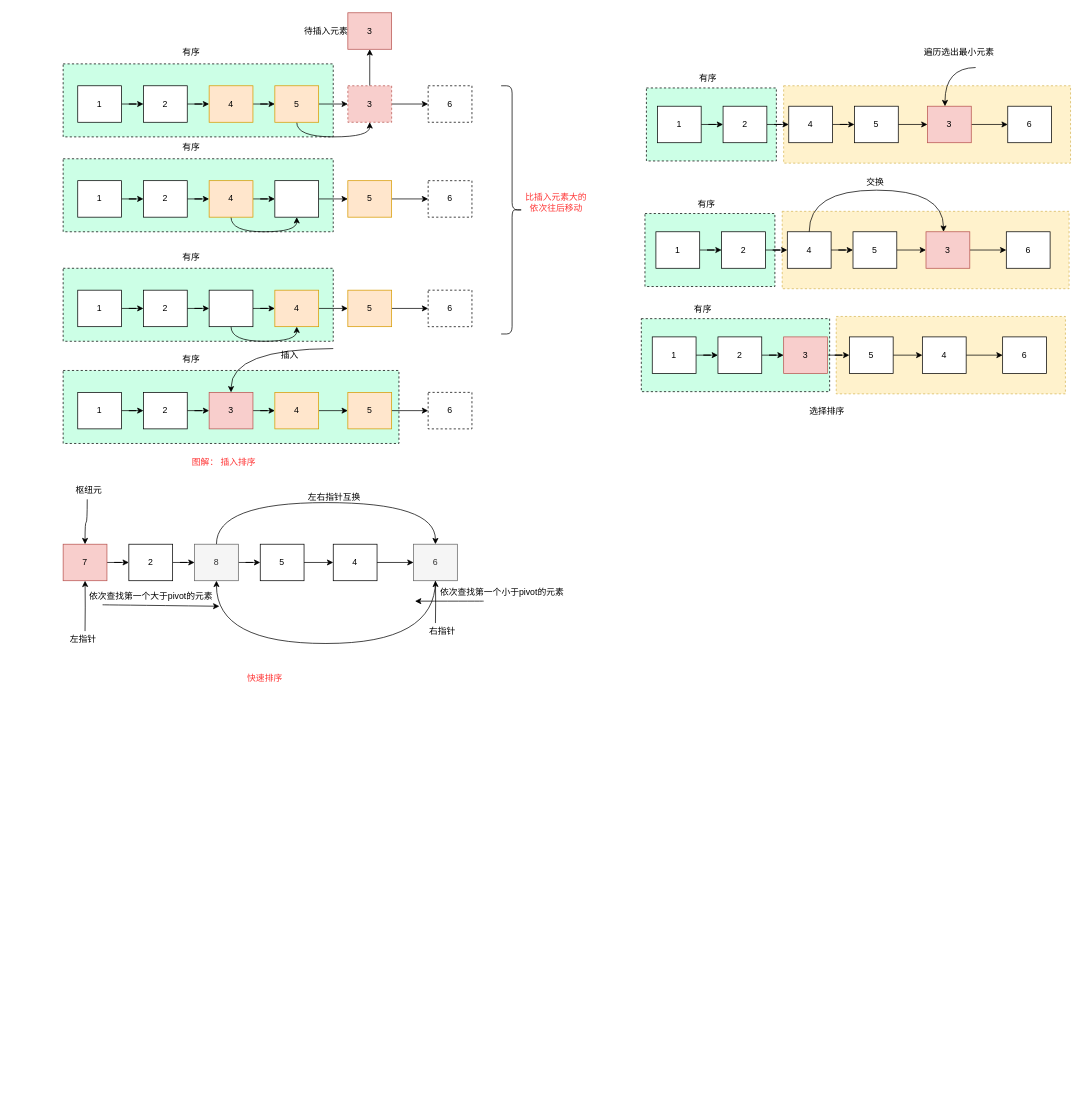
luckywind/TechWorld keeps this draw.io diagram as page "插入排序" (1 of 3) of docs/algorithm/算法.drawio. Above is the earlier version. Source tidied: cells renumbered, new cells numbered last; positions are measured from the earlier drawing's top-left corner, leaving out a move shared by most shapes. Both pictures are drawn from the tidied source at 73%, with x=0, y=0 at pixel (63, 12).
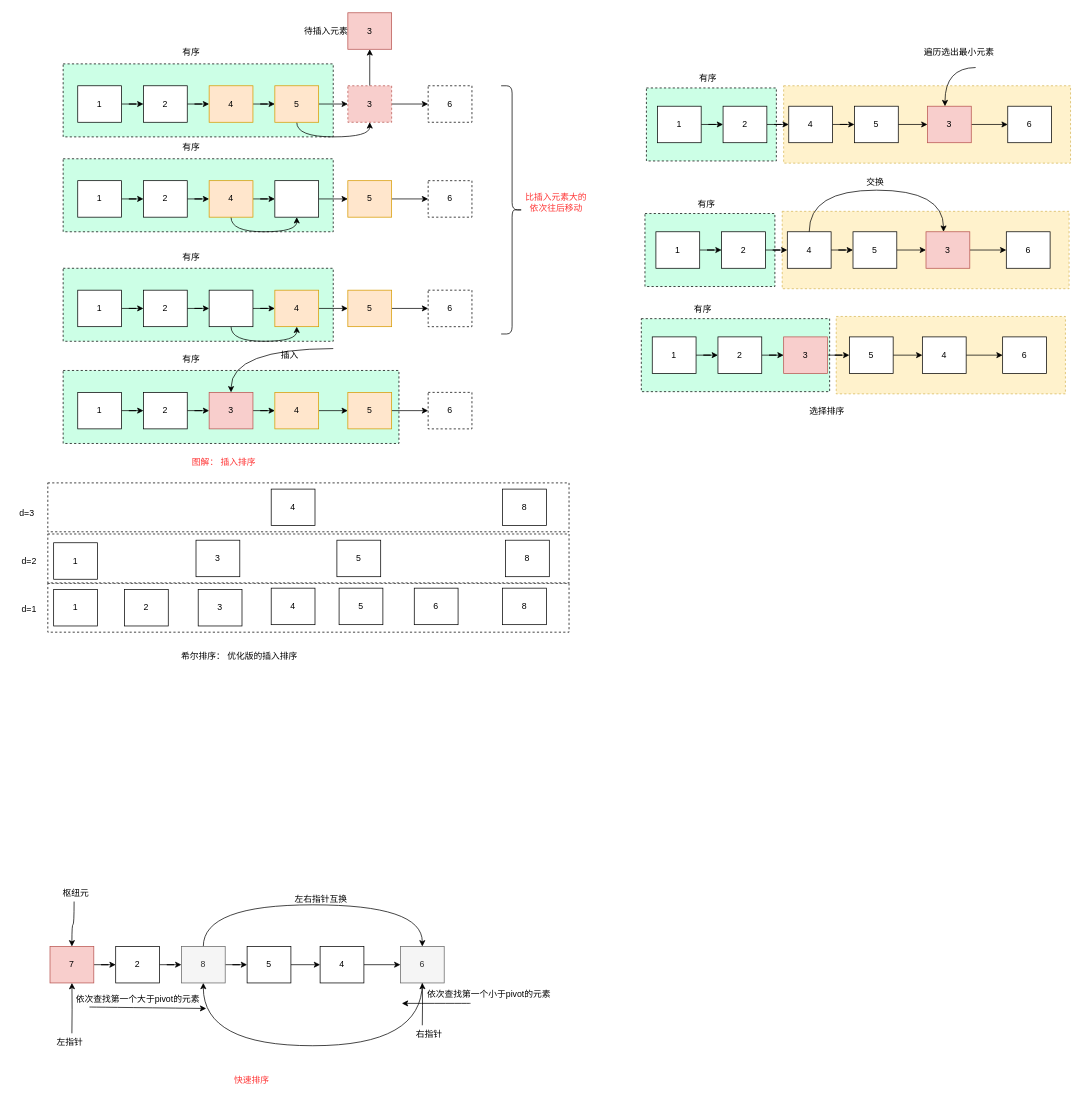
The same diagram, later.

Change to the diagram source:
```diff
@@
+    <mxCell id="137" style="rounded=0;whiteSpace=wrap;html=1;fillColor=#FFFFFF;dashed=1;" parent="1" vertex="1">
+      <mxGeometry x="-21" y="781.5" width="714" height="67" as="geometry" />
+    </mxCell>
+    <mxCell id="138" style="rounded=0;whiteSpace=wrap;html=1;fillColor=#FFFFFF;dashed=1;" parent="1" vertex="1">
+      <mxGeometry x="-21" y="714" width="714" height="67" as="geometry" />
+    </mxCell>
+    <mxCell id="139" style="rounded=0;whiteSpace=wrap;html=1;fillColor=#FFFFFF;dashed=1;" parent="1" vertex="1">
+      <mxGeometry x="-21" y="644" width="714" height="67" as="geometry" />
+    </mxCell>
@@
     <mxCell id="113" value="7" style="rounded=0;whiteSpace=wrap;html=1;fillColor=#f8cecc;strokeColor=#b85450;" parent="1" vertex="1">
-      <mxGeometry y="728" width="60" height="50" as="geometry" />
+      <mxGeometry x="-18" y="1279" width="60" height="50" as="geometry" />
     </mxCell>
@@
     <mxCell id="116" style="edgeStyle=orthogonalEdgeStyle;curved=1;rounded=0;jettySize=auto;html=1;entryX=0.5;entryY=1;entryDx=0;entryDy=0;fontColor=#000000;" parent="1" edge="1" target="113">
       <mxGeometry relative="1" as="geometry">
-        <mxPoint x="30" y="847" as="sourcePoint" />
+        <mxPoint x="12" y="1398" as="sourcePoint" />
       </mxGeometry>
     </mxCell>
     <mxCell id="117" value="2" style="rounded=0;whiteSpace=wrap;html=1;" parent="1" vertex="1">
-      <mxGeometry x="90" y="728" width="60" height="50" as="geometry" />
+      <mxGeometry x="72" y="1279" width="60" height="50" as="geometry" />
     </mxCell>
@@
     <mxCell id="119" style="edgeStyle=orthogonalEdgeStyle;curved=1;rounded=0;jettySize=auto;html=1;exitX=0.5;exitY=0;exitDx=0;exitDy=0;entryX=0.5;entryY=0;entryDx=0;entryDy=0;fontColor=#000000;" parent="1" edge="1" source="120" target="127">
       <mxGeometry relative="1" as="geometry">
         <Array as="points">
-          <mxPoint x="210" y="671" />
-          <mxPoint x="510" y="671" />
+          <mxPoint x="192" y="1222" />
+          <mxPoint x="492" y="1222" />
         </Array>
       </mxGeometry>
     </mxCell>
     <mxCell id="120" value="8" style="rounded=0;whiteSpace=wrap;html=1;fillColor=#f5f5f5;fontColor=#333333;strokeColor=#666666;" parent="1" vertex="1">
-      <mxGeometry x="180" y="728" width="60" height="50" as="geometry" />
+      <mxGeometry x="162" y="1279" width="60" height="50" as="geometry" />
     </mxCell>
@@
     <mxCell id="122" value="5" style="rounded=0;whiteSpace=wrap;html=1;" parent="1" vertex="1">
-      <mxGeometry x="270" y="728" width="60" height="50" as="geometry" />
+      <mxGeometry x="252" y="1279" width="60" height="50" as="geometry" />
     </mxCell>
@@
     <mxCell id="124" style="edgeStyle=orthogonalEdgeStyle;curved=1;rounded=0;jettySize=auto;html=1;entryX=0.5;entryY=1;entryDx=0;entryDy=0;fontColor=#000000;" parent="1" edge="1" target="127">
       <mxGeometry relative="1" as="geometry">
-        <mxPoint x="510" y="836" as="sourcePoint" />
+        <mxPoint x="492" y="1387" as="sourcePoint" />
       </mxGeometry>
     </mxCell>
     <mxCell id="125" value="4" style="rounded=0;whiteSpace=wrap;html=1;" parent="1" vertex="1">
-      <mxGeometry x="370" y="728" width="60" height="50" as="geometry" />
+      <mxGeometry x="352" y="1279" width="60" height="50" as="geometry" />
     </mxCell>
     <mxCell id="126" style="edgeStyle=orthogonalEdgeStyle;curved=1;rounded=0;jettySize=auto;html=1;exitX=0.5;exitY=1;exitDx=0;exitDy=0;entryX=0.5;entryY=1;entryDx=0;entryDy=0;fontColor=#000000;" parent="1" edge="1" source="127" target="120">
       <mxGeometry relative="1" as="geometry">
         <Array as="points">
-          <mxPoint x="510" y="864" />
-          <mxPoint x="210" y="864" />
+          <mxPoint x="492" y="1415" />
+          <mxPoint x="192" y="1415" />
         </Array>
       </mxGeometry>
     </mxCell>
     <mxCell id="127" value="6" style="rounded=0;whiteSpace=wrap;html=1;fillColor=#f5f5f5;fontColor=#333333;strokeColor=#666666;" parent="1" vertex="1">
-      <mxGeometry x="480" y="728" width="60" height="50" as="geometry" />
+      <mxGeometry x="462" y="1279" width="60" height="50" as="geometry" />
     </mxCell>
     <mxCell id="128" value="枢纽元" style="text;html=1;align=center;verticalAlign=middle;points=[];strokeColor=none;fillColor=none;fontColor=#000000;" parent="1" vertex="1">
-      <mxGeometry x="8" y="642" width="54" height="26" as="geometry" />
+      <mxGeometry x="-10" y="1193" width="54" height="26" as="geometry" />
     </mxCell>
     <mxCell id="129" value="左指针" style="text;html=1;align=center;verticalAlign=middle;strokeColor=none;fillColor=none;fontColor=#000000;" parent="1" vertex="1">
-      <mxGeometry y="846" width="54" height="26" as="geometry" />
+      <mxGeometry x="-18" y="1397" width="54" height="26" as="geometry" />
     </mxCell>
     <mxCell id="130" value="右指针" style="text;html=1;align=center;verticalAlign=middle;strokeColor=none;fillColor=none;fontColor=#000000;" parent="1" vertex="1">
-      <mxGeometry x="492" y="835" width="54" height="26" as="geometry" />
+      <mxGeometry x="474" y="1386" width="54" height="26" as="geometry" />
     </mxCell>
     <mxCell id="131" style="endArrow=classic;html=1;rounded=0;fontColor=#000000;curved=1;" parent="1" edge="1">
       <mxGeometry relative="1" as="geometry">
-        <mxPoint x="54" y="811" as="sourcePoint" />
-        <mxPoint x="214" y="813" as="targetPoint" />
+        <mxPoint x="36" y="1362" as="sourcePoint" />
+        <mxPoint x="196" y="1364" as="targetPoint" />
       </mxGeometry>
     </mxCell>
     <mxCell id="132" value="依次查找第一个大于pivot的元素" style="text;html=1;align=center;verticalAlign=middle;strokeColor=none;fillColor=none;fontColor=#000000;" parent="1" vertex="1">
-      <mxGeometry x="26.5" y="787" width="187" height="26" as="geometry" />
+      <mxGeometry x="8.5" y="1338" width="187" height="26" as="geometry" />
     </mxCell>
     <mxCell id="133" style="endArrow=classic;html=1;rounded=0;fontColor=#000000;curved=1;" parent="1" edge="1">
       <mxGeometry relative="1" as="geometry">
-        <mxPoint x="576" y="806" as="sourcePoint" />
-        <mxPoint x="482" y="806" as="targetPoint" />
+        <mxPoint x="558" y="1357" as="sourcePoint" />
+        <mxPoint x="464" y="1357" as="targetPoint" />
       </mxGeometry>
     </mxCell>
     <mxCell id="134" value="依次查找第一个小于pivot的元素" style="text;html=1;align=center;verticalAlign=middle;strokeColor=none;fillColor=none;fontColor=#000000;" parent="1" vertex="1">
-      <mxGeometry x="507" y="781" width="187" height="26" as="geometry" />
+      <mxGeometry x="489" y="1332" width="187" height="26" as="geometry" />
     </mxCell>
     <mxCell id="135" value="左右指针互换" style="text;html=1;align=center;verticalAlign=middle;strokeColor=none;fillColor=none;fontColor=#000000;" parent="1" vertex="1">
-      <mxGeometry x="326" y="651" width="90" height="26" as="geometry" />
+      <mxGeometry x="308" y="1202" width="90" height="26" as="geometry" />
     </mxCell>
     <mxCell id="136" value="&lt;font color=&quot;#ff3333&quot;&gt;快速排序&lt;/font&gt;" style="text;html=1;align=center;verticalAlign=middle;strokeColor=none;fillColor=none;fontColor=#000000;" parent="1" vertex="1">
-      <mxGeometry x="243" y="899" width="66" height="26" as="geometry" />
+      <mxGeometry x="225" y="1450" width="66" height="26" as="geometry" />
     </mxCell>
+    <mxCell id="140" value="1" style="rounded=0;whiteSpace=wrap;html=1;fillColor=#FFFFFF;" parent="1" vertex="1">
+      <mxGeometry x="-13" y="726" width="60" height="50" as="geometry" />
+    </mxCell>
+    <mxCell id="141" value="2" style="rounded=0;whiteSpace=wrap;html=1;fillColor=#FFFFFF;" parent="1" vertex="1">
+      <mxGeometry x="84" y="790" width="60" height="50" as="geometry" />
+    </mxCell>
+    <mxCell id="142" value="3" style="rounded=0;whiteSpace=wrap;html=1;fillColor=#FFFFFF;" parent="1" vertex="1">
+      <mxGeometry x="182" y="722.5" width="60" height="50" as="geometry" />
+    </mxCell>
+    <mxCell id="143" value="4" style="rounded=0;whiteSpace=wrap;html=1;fillColor=#FFFFFF;" parent="1" vertex="1">
+      <mxGeometry x="285" y="652.5" width="60" height="50" as="geometry" />
+    </mxCell>
+    <mxCell id="144" value="5" style="rounded=0;whiteSpace=wrap;html=1;fillColor=#FFFFFF;" parent="1" vertex="1">
+      <mxGeometry x="375" y="722.5" width="60" height="50" as="geometry" />
+    </mxCell>
+    <mxCell id="145" value="8" style="rounded=0;whiteSpace=wrap;html=1;fillColor=#FFFFFF;" parent="1" vertex="1">
+      <mxGeometry x="602" y="652.5" width="60" height="50" as="geometry" />
+    </mxCell>
+    <mxCell id="146" value="8" style="rounded=0;whiteSpace=wrap;html=1;fillColor=#FFFFFF;" parent="1" vertex="1">
+      <mxGeometry x="606" y="722.5" width="60" height="50" as="geometry" />
+    </mxCell>
+    <mxCell id="147" value="1" style="rounded=0;whiteSpace=wrap;html=1;fillColor=#FFFFFF;" parent="1" vertex="1">
+      <mxGeometry x="-13" y="790" width="60" height="50" as="geometry" />
+    </mxCell>
+    <mxCell id="148" value="3" style="rounded=0;whiteSpace=wrap;html=1;fillColor=#FFFFFF;" parent="1" vertex="1">
+      <mxGeometry x="185" y="790" width="60" height="50" as="geometry" />
+    </mxCell>
+    <mxCell id="149" value="4" style="rounded=0;whiteSpace=wrap;html=1;fillColor=#FFFFFF;" parent="1" vertex="1">
+      <mxGeometry x="285" y="788.2" width="60" height="50" as="geometry" />
+    </mxCell>
+    <mxCell id="150" value="6" style="rounded=0;whiteSpace=wrap;html=1;fillColor=#FFFFFF;" parent="1" vertex="1">
+      <mxGeometry x="481" y="788.2" width="60" height="50" as="geometry" />
+    </mxCell>
+    <mxCell id="151" value="8" style="rounded=0;whiteSpace=wrap;html=1;fillColor=#FFFFFF;" parent="1" vertex="1">
+      <mxGeometry x="602" y="788.2" width="60" height="50" as="geometry" />
+    </mxCell>
+    <mxCell id="152" value="5" style="rounded=0;whiteSpace=wrap;html=1;fillColor=#FFFFFF;" parent="1" vertex="1">
+      <mxGeometry x="378" y="788.2" width="60" height="50" as="geometry" />
+    </mxCell>
+    <mxCell id="153" value="d=3" style="text;html=1;align=center;verticalAlign=middle;strokeColor=none;fillColor=none;" parent="1" vertex="1">
+      <mxGeometry x="-69" y="673" width="38" height="26" as="geometry" />
+    </mxCell>
+    <mxCell id="154" value="d=2" style="text;html=1;align=center;verticalAlign=middle;strokeColor=none;fillColor=none;" parent="1" vertex="1">
+      <mxGeometry x="-66" y="738" width="38" height="26" as="geometry" />
+    </mxCell>
+    <mxCell id="155" value="d=1" style="text;html=1;align=center;verticalAlign=middle;strokeColor=none;fillColor=none;" parent="1" vertex="1">
+      <mxGeometry x="-66" y="804.1" width="38" height="26" as="geometry" />
+    </mxCell>
+    <mxCell id="156" value="希尔排序： 优化版的插入排序" style="text;html=1;align=center;verticalAlign=middle;strokeColor=none;fillColor=none;" parent="1" vertex="1">
+      <mxGeometry x="152" y="869" width="177" height="26" as="geometry" />
+    </mxCell>
```
